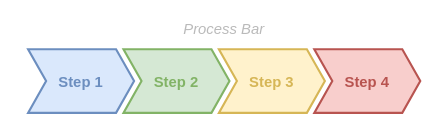
The draw.io diagram data/未命名绘图.drawio in lyc557/wxrag, before the edit. Source tidied: cells renumbered, new cells numbered last; positions are measured from the earlier drawing's top-left corner, leaving out a move shared by most shapes. Both pictures are drawn from the tidied source at 106%, with x=0, y=0 at pixel (17, 17).
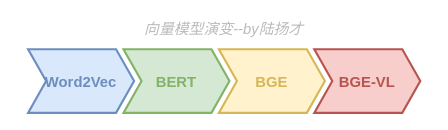
The same page after the edit.

The edit, as a diff of the source:
```diff
@@
 <mxGraphModel>
   <root>
     <mxCell id="0" />
     <mxCell id="1" parent="0" />
-    <mxCell id="2" value="Process Bar" style="swimlane;fontStyle=2;horizontal=1;startSize=20;fillColor=none;swimlaneFillColor=none;strokeColor=none;fontFamily=Helvetica;fontSize=14;fontColor=#BABABA;verticalAlign=middle;stackBorder=10;" parent="1" vertex="1">
+    <mxCell id="2" value="向量模型演变--by陆扬才" style="swimlane;fontStyle=2;horizontal=1;startSize=20;fillColor=none;swimlaneFillColor=none;strokeColor=none;fontFamily=Helvetica;fontSize=14;fontColor=#BABABA;verticalAlign=middle;stackBorder=10;" parent="1" vertex="1">
       <mxGeometry width="390" height="100" as="geometry" />
     </mxCell>
-    <mxCell id="3" value="Step 1" style="shape=step;perimeter=stepPerimeter;strokeColor=#6C8EBF;fontFamily=Helvetica;fontSize=14;fontColor=#6C8EBF;fillColor=#dae8fc;fixedSize=1;size=17;fontStyle=1;strokeWidth=2;spacingTop=0;" parent="2" vertex="1">
+    <mxCell id="3" value="Word2Vec" style="shape=step;perimeter=stepPerimeter;strokeColor=#6C8EBF;fontFamily=Helvetica;fontSize=14;fontColor=#6C8EBF;fillColor=#dae8fc;fixedSize=1;size=17;fontStyle=1;strokeWidth=2;spacingTop=0;" parent="2" vertex="1">
       <mxGeometry x="10" y="30" width="100" height="60" as="geometry" />
     </mxCell>
-    <mxCell id="4" value="Step 2" style="shape=step;perimeter=stepPerimeter;strokeColor=#82B366;fontFamily=Helvetica;fontSize=14;fontColor=#82B366;fillColor=#d5e8d4;fixedSize=1;size=17;fontStyle=1;strokeWidth=2;spacingTop=0;" parent="2" vertex="1">
+    <mxCell id="4" value="BERT" style="shape=step;perimeter=stepPerimeter;strokeColor=#82B366;fontFamily=Helvetica;fontSize=14;fontColor=#82B366;fillColor=#d5e8d4;fixedSize=1;size=17;fontStyle=1;strokeWidth=2;spacingTop=0;" parent="2" vertex="1">
       <mxGeometry x="100" y="30" width="100" height="60" as="geometry" />
     </mxCell>
-    <mxCell id="5" value="Step 3" style="shape=step;perimeter=stepPerimeter;strokeColor=#D6B656;fontFamily=Helvetica;fontSize=14;fontColor=#D6B656;fillColor=#fff2cc;fixedSize=1;size=17;fontStyle=1;strokeWidth=2;spacingTop=0;" parent="2" vertex="1">
+    <mxCell id="5" value="BGE" style="shape=step;perimeter=stepPerimeter;strokeColor=#D6B656;fontFamily=Helvetica;fontSize=14;fontColor=#D6B656;fillColor=#fff2cc;fixedSize=1;size=17;fontStyle=1;strokeWidth=2;spacingTop=0;" parent="2" vertex="1">
       <mxGeometry x="190" y="30" width="100" height="60" as="geometry" />
     </mxCell>
-    <mxCell id="6" value="Step 4" style="shape=step;perimeter=stepPerimeter;strokeColor=#B85450;fontFamily=Helvetica;fontSize=14;fontColor=#B85450;fillColor=#f8cecc;fixedSize=1;size=17;fontStyle=1;strokeWidth=2;spacingTop=0;" parent="2" vertex="1">
+    <mxCell id="6" value="BGE-VL" style="shape=step;perimeter=stepPerimeter;strokeColor=#B85450;fontFamily=Helvetica;fontSize=14;fontColor=#B85450;fillColor=#f8cecc;fixedSize=1;size=17;fontStyle=1;strokeWidth=2;spacingTop=0;" parent="2" vertex="1">
       <mxGeometry x="280" y="30" width="100" height="60" as="geometry" />
     </mxCell>
   </root>
 </mxGraphModel>
```
